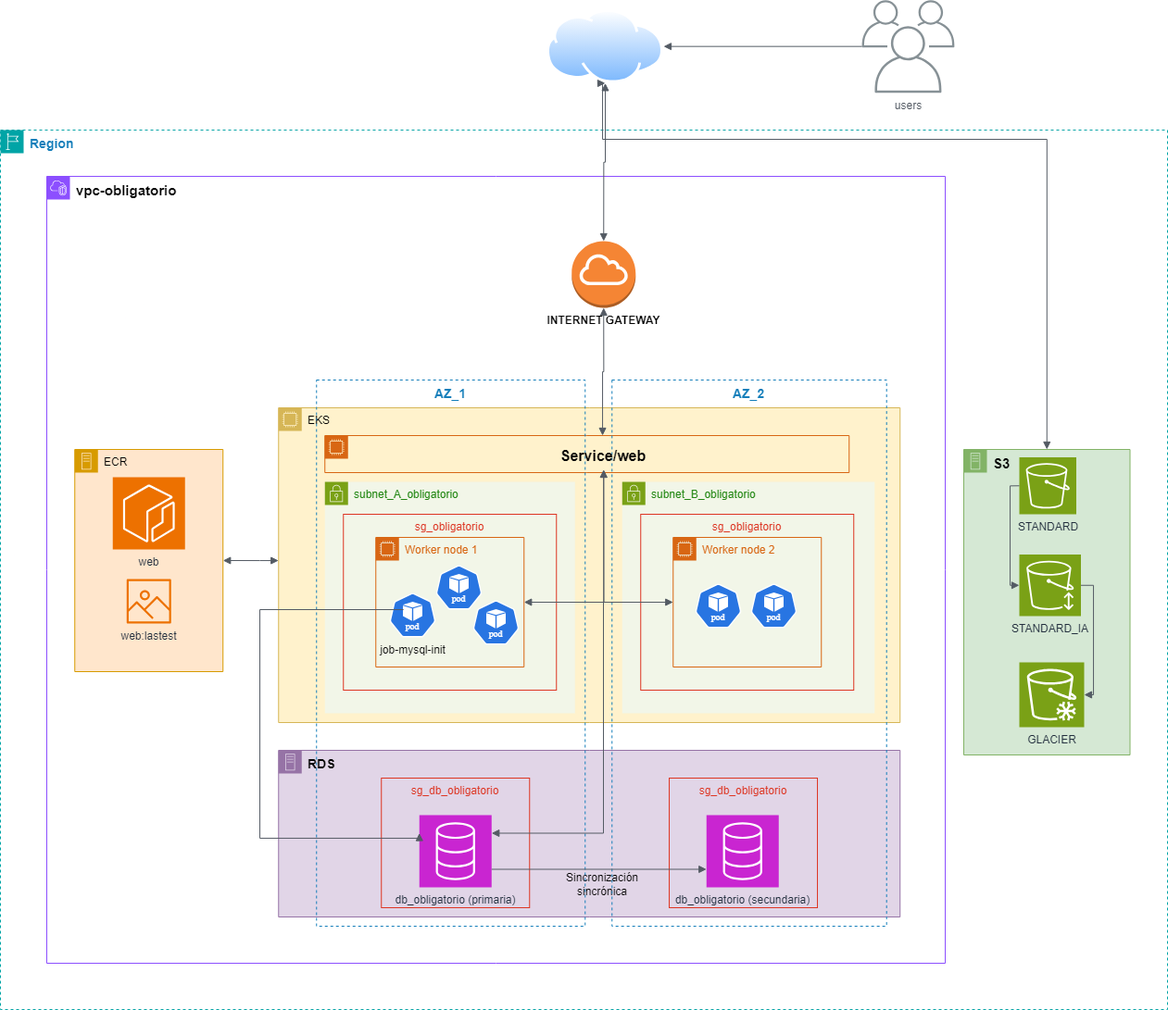
Above: Diagrama AWS.drawio.png in kevinmontaldo/Obligatorio-ISC (draw.io), before the change. Source tidied: cells renumbered, new cells last; positions are measured from the earlier drawing's top-left corner, leaving out a move shared by most shapes.
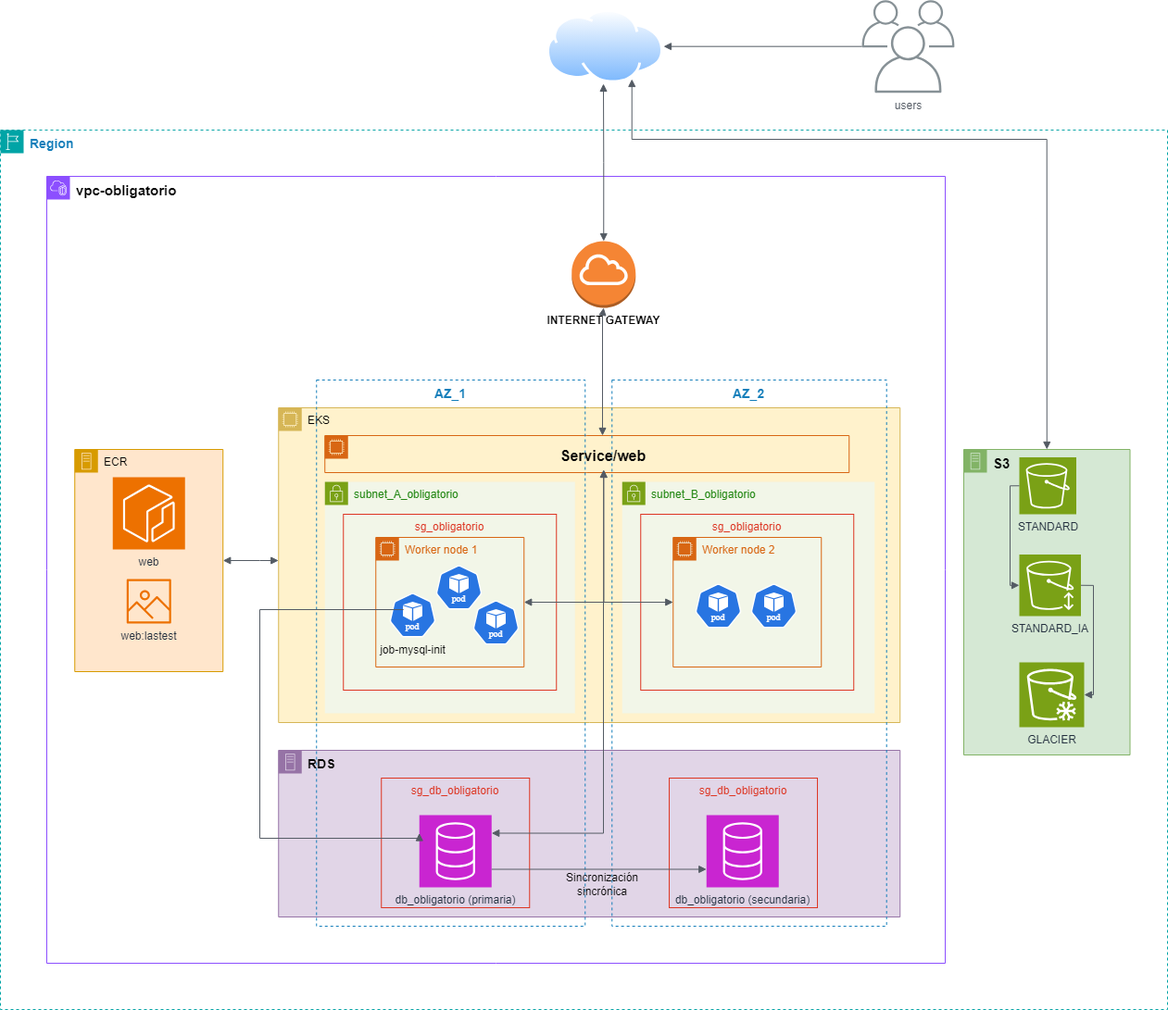
Later version of the same file.

Commit message:
Arreglos en diagrama

Diff of the diagram source:
```diff
@@ -98,8 +98,8 @@
     <mxCell id="33" style="edgeStyle=orthogonalEdgeStyle;html=1;endArrow=block;elbow=vertical;startArrow=block;startFill=1;endFill=1;strokeColor=#545B64;rounded=0;entryX=0.5;entryY=1;entryDx=0;entryDy=0;entryPerimeter=0;" parent="6" edge="1" source="23" target="31">
       <mxGeometry relative="1" as="geometry">
         <Array as="points">
-          <mxPoint x="600" y="211" />
-          <mxPoint x="601" y="211" />
+          <mxPoint x="600" y="150" />
+          <mxPoint x="601" y="150" />
         </Array>
       </mxGeometry>
     </mxCell>
@@ -157,17 +157,22 @@
     <mxCell id="45" style="edgeStyle=orthogonalEdgeStyle;html=1;endArrow=block;elbow=vertical;startArrow=none;endFill=1;strokeColor=#545B64;rounded=0;exitX=1;exitY=0.5;exitDx=0;exitDy=0;exitPerimeter=0;entryX=1;entryY=0.5;entryDx=0;entryDy=0;entryPerimeter=0;" parent="40" edge="1" source="42" target="43">
       <mxGeometry relative="1" as="geometry" />
     </mxCell>
-    <mxCell id="46" style="edgeStyle=orthogonalEdgeStyle;html=1;endArrow=block;elbow=vertical;startArrow=block;startFill=1;endFill=1;strokeColor=#545B64;rounded=0;exitX=0.5;exitY=1;exitDx=0;exitDy=0;entryX=0.5;entryY=0;entryDx=0;entryDy=0;" parent="1" edge="1" source="4" target="40">
+    <mxCell id="46" style="edgeStyle=orthogonalEdgeStyle;html=1;endArrow=block;elbow=vertical;startArrow=block;startFill=1;endFill=1;strokeColor=#545B64;rounded=0;exitX=0.75;exitY=1;exitDx=0;exitDy=0;entryX=0.5;entryY=0;entryDx=0;entryDy=0;" parent="1" edge="1" source="4" target="40">
       <mxGeometry relative="1" as="geometry">
         <Array as="points">
-          <mxPoint x="650" y="89" />
-          <mxPoint x="650" y="150" />
+          <mxPoint x="681" y="150" />
           <mxPoint x="1130" y="150" />
         </Array>
       </mxGeometry>
     </mxCell>
-    <mxCell id="47" style="edgeStyle=orthogonalEdgeStyle;html=1;endArrow=block;elbow=vertical;startArrow=block;startFill=1;endFill=1;strokeColor=#545B64;rounded=0;entryX=0.5;entryY=1;entryDx=0;entryDy=0;exitX=0.5;exitY=0;exitDx=0;exitDy=0;exitPerimeter=0;" parent="1" edge="1" source="31" target="4">
-      <mxGeometry relative="1" as="geometry" />
+    <mxCell id="47" style="edgeStyle=orthogonalEdgeStyle;html=1;endArrow=block;elbow=vertical;startArrow=block;startFill=1;endFill=1;strokeColor=#545B64;rounded=0;exitX=0.5;exitY=0;exitDx=0;exitDy=0;exitPerimeter=0;" parent="1" edge="1" source="31">
+      <mxGeometry relative="1" as="geometry">
+        <mxPoint x="651" y="90" as="targetPoint" />
+        <Array as="points">
+          <mxPoint x="651" y="175" />
+          <mxPoint x="651" y="89" />
+        </Array>
+      </mxGeometry>
     </mxCell>
   </root>
 </mxGraphModel>
```
